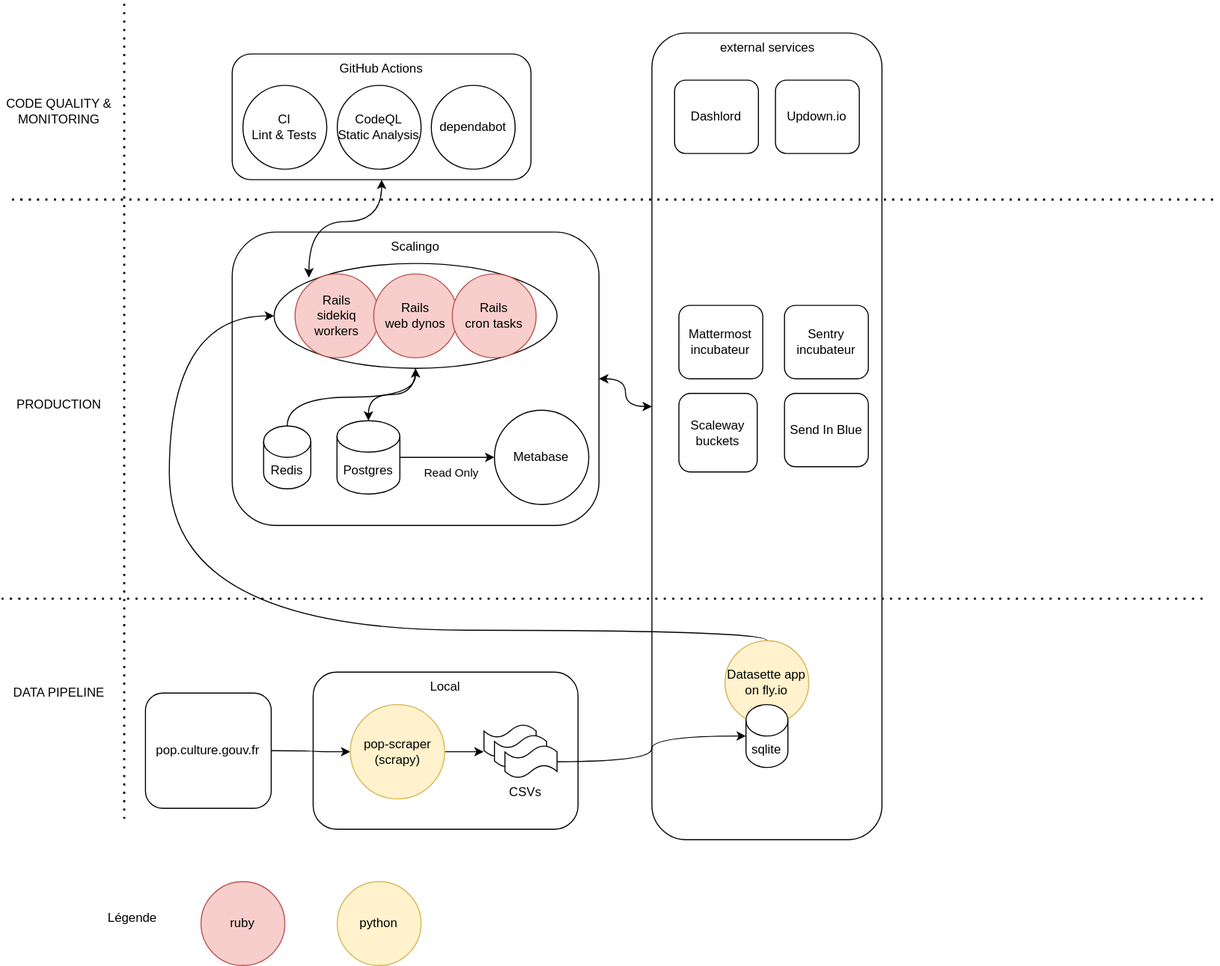
Above: doc/infrastructure.drawio.svg in betagouv/collectif-objets (draw.io), before the change. Source tidied: cells renumbered, new cells last; positions are measured from the earlier drawing's top-left corner, leaving out a move shared by most shapes.
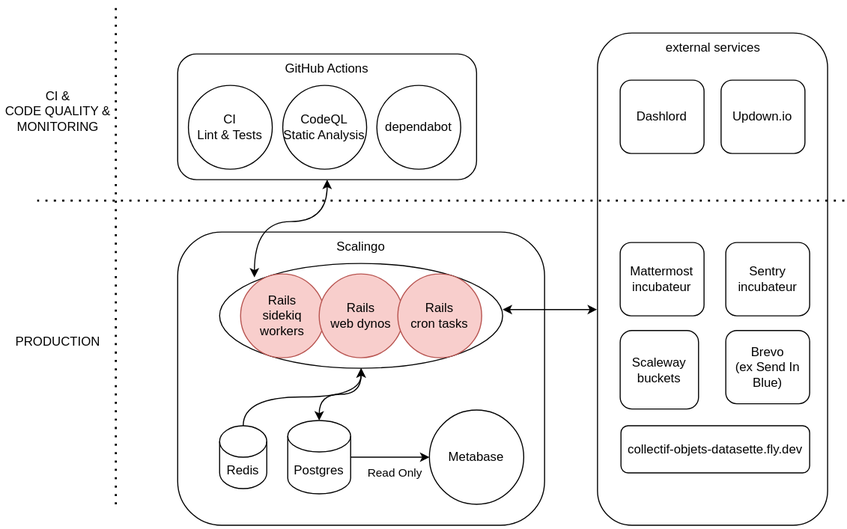
Later version of the same file.

What changed in the source:
```diff
@@ -3,102 +3,38 @@
     <mxCell id="0" />
     <mxCell id="1" parent="0" />
     <mxCell id="2" value="external services" style="rounded=1;whiteSpace=wrap;html=1;verticalAlign=top;" parent="1" vertex="1">
-      <mxGeometry x="620.5" y="30" width="219.5" height="770" as="geometry" />
+      <mxGeometry x="620.5" y="30" width="219.5" height="470" as="geometry" />
     </mxCell>
-    <mxCell id="3" style="edgeStyle=orthogonalEdgeStyle;curved=1;rounded=0;jettySize=auto;html=1;entryX=0;entryY=0.463;entryDx=0;entryDy=0;entryPerimeter=0;startArrow=classic;startFill=1;endArrow=classic;endFill=1;" parent="1" edge="1" source="4" target="2">
-      <mxGeometry relative="1" as="geometry" />
-    </mxCell>
     <mxCell id="4" value="Scalingo" style="rounded=1;whiteSpace=wrap;html=1;verticalAlign=top;" parent="1" vertex="1">
       <mxGeometry x="220" y="220" width="350" height="280" as="geometry" />
     </mxCell>
-    <mxCell id="5" style="edgeStyle=orthogonalEdgeStyle;rounded=0;jettySize=auto;html=1;entryX=0.5;entryY=0;entryDx=0;entryDy=0;entryPerimeter=0;curved=1;" parent="1" edge="1" source="29" target="8">
-      <mxGeometry relative="1" as="geometry" />
-    </mxCell>
-    <mxCell id="6" style="edgeStyle=orthogonalEdgeStyle;curved=1;rounded=0;jettySize=auto;html=1;startArrow=classic;startFill=1;endArrow=none;endFill=0;exitX=0.5;exitY=1;exitDx=0;exitDy=0;" parent="1" edge="1" source="29" target="9">
+    <mxCell id="6" style="edgeStyle=orthogonalEdgeStyle;curved=1;rounded=0;jettySize=auto;html=1;startArrow=classic;startFill=1;endArrow=classic;endFill=1;exitX=0.5;exitY=1;exitDx=0;exitDy=0;" parent="1" edge="1" source="29" target="8">
       <mxGeometry relative="1" as="geometry" />
     </mxCell>
     <mxCell id="7" value="Scaleway buckets" style="rounded=1;whiteSpace=wrap;html=1;verticalAlign=middle;" parent="1" vertex="1">
-      <mxGeometry x="646.2" y="374" width="74.8" height="75" as="geometry" />
+      <mxGeometry x="642.1" y="314" width="74.8" height="75" as="geometry" />
     </mxCell>
-    <mxCell id="8" value="Postgres" style="shape=cylinder3;whiteSpace=wrap;html=1;boundedLbl=1;backgroundOutline=1;size=15;" parent="1" vertex="1">
-      <mxGeometry x="320" y="400" width="60" height="70" as="geometry" />
-    </mxCell>
-    <mxCell id="9" value="Redis" style="shape=cylinder3;whiteSpace=wrap;html=1;boundedLbl=1;backgroundOutline=1;size=15;" parent="1" vertex="1">
-      <mxGeometry x="250" y="405" width="45" height="60" as="geometry" />
-    </mxCell>
-    <mxCell id="10" style="edgeStyle=orthogonalEdgeStyle;curved=1;rounded=0;jettySize=auto;html=1;startArrow=classic;startFill=1;endArrow=none;endFill=0;" parent="1" edge="1" source="19" target="45">
-      <mxGeometry relative="1" as="geometry" />
-    </mxCell>
-    <mxCell id="11" style="edgeStyle=orthogonalEdgeStyle;curved=1;rounded=0;jettySize=auto;html=1;entryX=1;entryY=0.5;entryDx=0;entryDy=0;entryPerimeter=0;startArrow=classic;startFill=1;endArrow=none;endFill=0;" parent="1" edge="1" source="13" target="8">
-      <mxGeometry relative="1" as="geometry" />
-    </mxCell>
-    <mxCell id="12" value="Read Only" style="edgeLabel;html=1;align=center;verticalAlign=middle;" parent="11" vertex="1">
-      <mxGeometry x="-0.03" y="-2" relative="1" as="geometry">
-        <mxPoint x="2" y="16" as="offset" />
-      </mxGeometry>
-    </mxCell>
-    <mxCell id="13" value="Metabase" style="ellipse;whiteSpace=wrap;html=1;" parent="1" vertex="1">
-      <mxGeometry x="470.2" y="390" width="90" height="90" as="geometry" />
-    </mxCell>
-    <mxCell id="14" value="Send In Blue" style="rounded=1;whiteSpace=wrap;html=1;verticalAlign=middle;align=center;" parent="1" vertex="1">
-      <mxGeometry x="747" y="374" width="80" height="70" as="geometry" />
+    <mxCell id="14" value="Brevo&lt;br&gt;(ex Send In Blue)" style="rounded=1;whiteSpace=wrap;html=1;verticalAlign=middle;align=center;" parent="1" vertex="1">
+      <mxGeometry x="742.9" y="314" width="80" height="70" as="geometry" />
     </mxCell>
     <mxCell id="15" value="Updown.io" style="rounded=1;whiteSpace=wrap;html=1;verticalAlign=middle;align=center;" parent="1" vertex="1">
       <mxGeometry x="738.4" y="75" width="80" height="70" as="geometry" />
     </mxCell>
     <mxCell id="16" value="Sentry incubateur" style="rounded=1;whiteSpace=wrap;html=1;verticalAlign=middle;align=center;" parent="1" vertex="1">
-      <mxGeometry x="747" y="290" width="80" height="70" as="geometry" />
+      <mxGeometry x="742.9" y="230" width="80" height="70" as="geometry" />
     </mxCell>
     <mxCell id="17" value="Mattermost incubateur" style="rounded=1;whiteSpace=wrap;html=1;verticalAlign=middle;align=center;" parent="1" vertex="1">
-      <mxGeometry x="646.2" y="290" width="80" height="70" as="geometry" />
+      <mxGeometry x="642.1" y="230" width="80" height="70" as="geometry" />
     </mxCell>
-    <mxCell id="18" style="edgeStyle=orthogonalEdgeStyle;rounded=0;jettySize=auto;html=1;entryX=0;entryY=0.5;entryDx=0;entryDy=0;curved=1;" parent="1" edge="1" source="19" target="29">
-      <mxGeometry relative="1" as="geometry">
-        <Array as="points">
-          <mxPoint x="730" y="600" />
-          <mxPoint x="160" y="600" />
-          <mxPoint x="160" y="300" />
-        </Array>
-      </mxGeometry>
-    </mxCell>
-    <mxCell id="19" value="Datasette app&lt;br&gt;on fly.io" style="ellipse;whiteSpace=wrap;html=1;fillColor=#fff2cc;strokeColor=#d6b656;" parent="1" vertex="1">
-      <mxGeometry x="690.2" y="610" width="80" height="80" as="geometry" />
-    </mxCell>
-    <mxCell id="20" value="Local" style="rounded=1;whiteSpace=wrap;html=1;verticalAlign=top;" parent="1" vertex="1">
-      <mxGeometry x="297.2" y="640" width="252.8" height="150" as="geometry" />
-    </mxCell>
-    <mxCell id="21" style="edgeStyle=orthogonalEdgeStyle;curved=1;rounded=0;jettySize=auto;html=1;startArrow=classic;startFill=1;endArrow=none;endFill=0;" parent="1" edge="1" source="23" target="24">
-      <mxGeometry relative="1" as="geometry" />
-    </mxCell>
-    <mxCell id="22" style="edgeStyle=orthogonalEdgeStyle;curved=1;rounded=0;jettySize=auto;html=1;exitX=1;exitY=0.5;exitDx=0;exitDy=0;" parent="1" edge="1" source="23">
-      <mxGeometry relative="1" as="geometry">
-        <mxPoint x="460" y="716" as="targetPoint" />
-      </mxGeometry>
-    </mxCell>
-    <mxCell id="23" value="pop-scraper&lt;br&gt;(scrapy)" style="ellipse;whiteSpace=wrap;html=1;fillColor=#fff2cc;strokeColor=#d6b656;" parent="1" vertex="1">
-      <mxGeometry x="332.8" y="671" width="90" height="90" as="geometry" />
-    </mxCell>
-    <mxCell id="24" value="&lt;div&gt;pop.culture.gouv.fr&lt;/div&gt;" style="rounded=1;whiteSpace=wrap;html=1;verticalAlign=middle;" parent="1" vertex="1">
-      <mxGeometry x="137.2" y="660" width="120" height="110" as="geometry" />
-    </mxCell>
-    <mxCell id="25" style="endArrow=none;dashed=1;html=1;dashPattern=1 3;strokeWidth=2;rounded=0;curved=1;" parent="1" edge="1">
-      <mxGeometry relative="1" as="geometry">
-        <mxPoint y="570" as="sourcePoint" />
-        <mxPoint x="1150" y="570" as="targetPoint" />
-      </mxGeometry>
-    </mxCell>
     <mxCell id="26" style="endArrow=none;dashed=1;html=1;dashPattern=1 3;strokeWidth=2;rounded=0;curved=1;" parent="1" edge="1">
       <mxGeometry relative="1" as="geometry">
-        <mxPoint x="117" y="780" as="sourcePoint" />
-        <mxPoint x="117" as="targetPoint" />
+        <mxPoint x="161" y="480" as="sourcePoint" />
+        <mxPoint x="161" as="targetPoint" />
       </mxGeometry>
     </mxCell>
     <mxCell id="27" value="PRODUCTION" style="text;html=1;strokeColor=none;fillColor=none;align=center;verticalAlign=middle;whiteSpace=wrap;rounded=0;" parent="1" vertex="1">
-      <mxGeometry y="370" width="110" height="30" as="geometry" />
+      <mxGeometry x="51" y="310" width="110" height="30" as="geometry" />
     </mxCell>
-    <mxCell id="28" value="DATA PIPELINE" style="text;html=1;strokeColor=none;fillColor=none;align=center;verticalAlign=middle;whiteSpace=wrap;rounded=0;" parent="1" vertex="1">
-      <mxGeometry y="645" width="110" height="30" as="geometry" />
-    </mxCell>
     <mxCell id="29" style="ellipse;whiteSpace=wrap;html=1;" parent="1" vertex="1">
       <mxGeometry x="260" y="250" width="270" height="100" as="geometry" />
     </mxCell>
@@ -117,15 +53,6 @@
         <mxPoint x="797.9" y="494" as="targetPoint" />
       </mxGeometry>
     </mxCell>
-    <mxCell id="34" value="ruby" style="ellipse;whiteSpace=wrap;html=1;fillColor=#f8cecc;strokeColor=#b85450;" parent="1" vertex="1">
-      <mxGeometry x="190.2" y="840" width="80" height="80" as="geometry" />
-    </mxCell>
-    <mxCell id="35" value="python" style="ellipse;whiteSpace=wrap;html=1;fillColor=#fff2cc;strokeColor=#d6b656;" parent="1" vertex="1">
-      <mxGeometry x="320.2" y="840" width="80" height="80" as="geometry" />
-    </mxCell>
-    <mxCell id="36" value="Légende" style="text;html=1;strokeColor=none;fillColor=none;align=center;verticalAlign=middle;whiteSpace=wrap;rounded=0;" parent="1" vertex="1">
-      <mxGeometry x="70" y="860" width="110" height="30" as="geometry" />
-    </mxCell>
     <mxCell id="37" style="edgeStyle=orthogonalEdgeStyle;curved=1;rounded=0;jettySize=auto;html=1;startArrow=classic;startFill=1;endArrow=classic;endFill=1;entryX=0.123;entryY=0.134;entryDx=0;entryDy=0;entryPerimeter=0;" parent="1" edge="1" source="38" target="29">
       <mxGeometry relative="1" as="geometry" />
     </mxCell>
@@ -146,33 +73,40 @@
     </mxCell>
     <mxCell id="43" style="endArrow=none;dashed=1;html=1;dashPattern=1 3;strokeWidth=2;rounded=0;curved=1;" parent="1" edge="1">
       <mxGeometry relative="1" as="geometry">
-        <mxPoint x="10" y="189" as="sourcePoint" />
-        <mxPoint x="1160" y="189" as="targetPoint" />
+        <mxPoint x="86" y="190" as="sourcePoint" />
+        <mxPoint x="856" y="190" as="targetPoint" />
       </mxGeometry>
     </mxCell>
-    <mxCell id="44" value="CODE QUALITY &amp;amp; &lt;br&gt;MONITORING" style="text;html=1;strokeColor=none;fillColor=none;align=center;verticalAlign=middle;whiteSpace=wrap;rounded=0;" parent="1" vertex="1">
-      <mxGeometry y="90" width="110" height="30" as="geometry" />
+    <mxCell id="44" value="&lt;div&gt;CI &amp;amp;&lt;br&gt;&lt;/div&gt;&lt;div&gt;CODE QUALITY &amp;amp; &lt;/div&gt;MONITORING" style="text;html=1;strokeColor=none;fillColor=none;align=center;verticalAlign=middle;whiteSpace=wrap;rounded=0;" parent="1" vertex="1">
+      <mxGeometry x="51" y="90" width="110" height="30" as="geometry" />
     </mxCell>
-    <mxCell id="45" value="sqlite" style="shape=cylinder3;whiteSpace=wrap;html=1;boundedLbl=1;backgroundOutline=1;size=15;" parent="1" vertex="1">
-      <mxGeometry x="710.2" y="671" width="40" height="60" as="geometry" />
-    </mxCell>
-    <mxCell id="46" style="group;" parent="1" vertex="1">
-      <mxGeometry x="460.2" y="690" width="69.8" height="51" as="geometry" />
-    </mxCell>
-    <mxCell id="47" style="shape=tape;whiteSpace=wrap;html=1;" parent="46" vertex="1">
-      <mxGeometry width="49.8" height="31" as="geometry" />
-    </mxCell>
-    <mxCell id="48" style="shape=tape;whiteSpace=wrap;html=1;" parent="46" vertex="1">
-      <mxGeometry x="10" y="10" width="49.8" height="31" as="geometry" />
-    </mxCell>
-    <mxCell id="49" style="shape=tape;whiteSpace=wrap;html=1;" parent="46" vertex="1">
-      <mxGeometry x="20" y="20" width="49.8" height="31" as="geometry" />
-    </mxCell>
-    <mxCell id="50" value="CSVs" style="text;html=1;strokeColor=none;fillColor=none;align=center;verticalAlign=middle;whiteSpace=wrap;rounded=0;" parent="1" vertex="1">
-      <mxGeometry x="470" y="740" width="60" height="30" as="geometry" />
-    </mxCell>
-    <mxCell id="51" style="edgeStyle=orthogonalEdgeStyle;curved=1;rounded=0;jettySize=auto;html=1;entryX=0;entryY=0.5;entryDx=0;entryDy=0;entryPerimeter=0;" parent="1" edge="1" source="49" target="45">
-      <mxGeometry relative="1" as="geometry" />
-    </mxCell>
+    <mxCell id="8" value="Postgres" style="shape=cylinder3;whiteSpace=wrap;html=1;boundedLbl=1;backgroundOutline=1;size=15;" parent="1" vertex="1">
+      <mxGeometry x="325" y="400" width="60" height="70" as="geometry" />
+    </mxCell>
+    <mxCell id="52" style="edgeStyle=orthogonalEdgeStyle;jettySize=auto;html=1;exitX=0.5;exitY=0;exitDx=0;exitDy=0;exitPerimeter=0;entryX=0.5;entryY=1;entryDx=0;entryDy=0;curved=1;" parent="1" edge="1" source="9" target="29">
+      <mxGeometry relative="1" as="geometry" />
+    </mxCell>
+    <mxCell id="9" value="Redis" style="shape=cylinder3;whiteSpace=wrap;html=1;boundedLbl=1;backgroundOutline=1;size=15;" parent="1" vertex="1">
+      <mxGeometry x="260" y="405" width="45" height="60" as="geometry" />
+    </mxCell>
+    <mxCell id="11" style="edgeStyle=orthogonalEdgeStyle;curved=1;rounded=0;jettySize=auto;html=1;entryX=1;entryY=0.5;entryDx=0;entryDy=0;entryPerimeter=0;startArrow=classic;startFill=1;endArrow=none;endFill=0;" parent="1" edge="1" source="13" target="8">
+      <mxGeometry relative="1" as="geometry" />
+    </mxCell>
+    <mxCell id="12" value="Read Only" style="edgeLabel;html=1;align=center;verticalAlign=middle;" parent="11" vertex="1">
+      <mxGeometry x="-0.03" y="-2" relative="1" as="geometry">
+        <mxPoint x="2" y="16" as="offset" />
+      </mxGeometry>
+    </mxCell>
+    <mxCell id="13" value="Metabase" style="ellipse;whiteSpace=wrap;html=1;" parent="1" vertex="1">
+      <mxGeometry x="460.1" y="390" width="90" height="90" as="geometry" />
+    </mxCell>
+    <mxCell id="53" value="collectif-objets-datasette.fly.dev" style="rounded=1;whiteSpace=wrap;html=1;verticalAlign=middle;" parent="1" vertex="1">
+      <mxGeometry x="642.9" y="405" width="180" height="45" as="geometry" />
+    </mxCell>
+    <mxCell id="3" style="edgeStyle=orthogonalEdgeStyle;curved=1;rounded=0;jettySize=auto;html=1;startArrow=classic;startFill=1;endArrow=classic;endFill=1;exitX=1;exitY=0.44;exitDx=0;exitDy=0;exitPerimeter=0;" parent="1" edge="1" source="29">
+      <mxGeometry relative="1" as="geometry">
+        <mxPoint x="620" y="294" as="targetPoint" />
+      </mxGeometry>
+    </mxCell>
   </root>
 </mxGraphModel>
```
